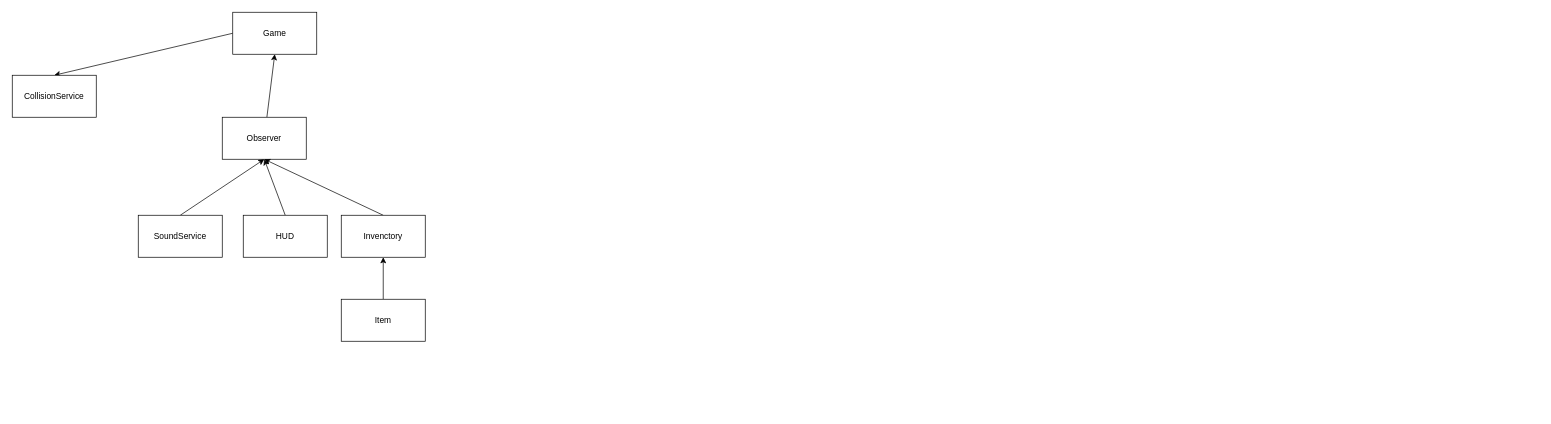
Earlier version of the draw.io diagram page "ultimate_version" (3 of 3) of structure_before.drawio (riqueu/newsun). Source tidied: cells renumbered, new cells numbered last; positions are measured from the earlier drawing's top-left corner, leaving out a move shared by most shapes. Both pictures are drawn from the tidied source at 70%, with x=0, y=0 at pixel (12, 12).
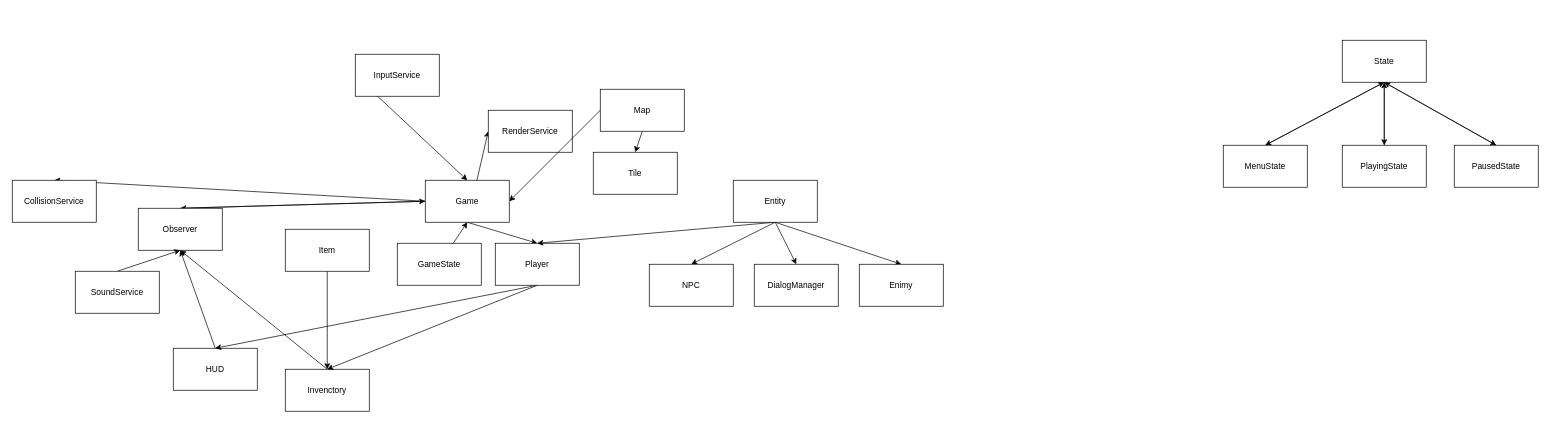
After the change.

The edit, as a diff of the source:
```diff
@@
+    <mxCell id="15" style="edgeStyle=none;html=1;exitX=0.5;exitY=1;exitDx=0;exitDy=0;entryX=0;entryY=0.5;entryDx=0;entryDy=0;" parent="1" edge="1" source="3" target="22">
+      <mxGeometry relative="1" as="geometry" />
+    </mxCell>
+    <mxCell id="16" style="edgeStyle=none;html=1;entryX=0.5;entryY=0;entryDx=0;entryDy=0;exitX=0;exitY=0.5;exitDx=0;exitDy=0;" parent="1" edge="1" source="3" target="6">
+      <mxGeometry relative="1" as="geometry" />
+    </mxCell>
+    <mxCell id="17" style="edgeStyle=none;html=1;entryX=0.5;entryY=0;entryDx=0;entryDy=0;exitX=0.5;exitY=1;exitDx=0;exitDy=0;" parent="1" edge="1" source="3" target="25">
+      <mxGeometry relative="1" as="geometry" />
+    </mxCell>
     <mxCell id="3" value="Game" style="whiteSpace=wrap;html=1;" parent="1" vertex="1">
-      <mxGeometry x="315" width="120" height="60" as="geometry" />
+      <mxGeometry x="590" y="240" width="120" height="60" as="geometry" />
     </mxCell>
     <mxCell id="4" value="CollisionService" style="whiteSpace=wrap;html=1;" parent="1" vertex="1">
-      <mxGeometry y="90" width="120" height="60" as="geometry" />
+      <mxGeometry y="240" width="120" height="60" as="geometry" />
     </mxCell>
-    <mxCell id="5" style="edgeStyle=none;html=1;entryX=0.5;entryY=1;entryDx=0;entryDy=0;" parent="1" edge="1" source="6" target="3">
+    <mxCell id="5" style="edgeStyle=none;html=1;exitX=0.5;exitY=0;exitDx=0;exitDy=0;entryX=0;entryY=0.5;entryDx=0;entryDy=0;" parent="1" edge="1" source="6" target="3">
       <mxGeometry relative="1" as="geometry" />
     </mxCell>
     <mxCell id="6" value="Observer" style="whiteSpace=wrap;html=1;" parent="1" vertex="1">
-      <mxGeometry x="300" y="150" width="120" height="60" as="geometry" />
+      <mxGeometry x="180" y="280" width="120" height="60" as="geometry" />
     </mxCell>
@@
     <mxCell id="8" value="SoundService" style="whiteSpace=wrap;html=1;" parent="1" vertex="1">
-      <mxGeometry x="180" y="290" width="120" height="60" as="geometry" />
+      <mxGeometry x="90" y="370" width="120" height="60" as="geometry" />
     </mxCell>
@@
     <mxCell id="10" value="HUD" style="whiteSpace=wrap;html=1;" parent="1" vertex="1">
-      <mxGeometry x="330" y="290" width="120" height="60" as="geometry" />
+      <mxGeometry x="230" y="480" width="120" height="60" as="geometry" />
     </mxCell>
-    <mxCell id="11" style="edgeStyle=none;html=1;exitX=0.5;exitY=0;exitDx=0;exitDy=0;" parent="1" edge="1" source="12">
-      <mxGeometry relative="1" as="geometry">
-        <mxPoint x="360" y="210" as="targetPoint" />
-      </mxGeometry>
+    <mxCell id="11" style="edgeStyle=none;html=1;exitX=0.5;exitY=0;exitDx=0;exitDy=0;entryX=0.5;entryY=1;entryDx=0;entryDy=0;" parent="1" edge="1" source="12" target="6">
+      <mxGeometry relative="1" as="geometry" />
     </mxCell>
     <mxCell id="12" value="Invenctory" style="whiteSpace=wrap;html=1;" parent="1" vertex="1">
-      <mxGeometry x="470" y="290" width="120" height="60" as="geometry" />
+      <mxGeometry x="390" y="510" width="120" height="60" as="geometry" />
     </mxCell>
-    <mxCell id="13" style="edgeStyle=none;html=1;entryX=0.5;entryY=1;entryDx=0;entryDy=0;exitX=0.5;exitY=0;exitDx=0;exitDy=0;" parent="1" edge="1" source="14" target="12">
+    <mxCell id="13" style="edgeStyle=none;html=1;entryX=0.5;entryY=0;entryDx=0;entryDy=0;exitX=0.5;exitY=1;exitDx=0;exitDy=0;" parent="1" edge="1" source="14" target="12">
       <mxGeometry relative="1" as="geometry" />
     </mxCell>
     <mxCell id="14" value="Item" style="whiteSpace=wrap;html=1;" parent="1" vertex="1">
-      <mxGeometry x="470" y="410" width="120" height="60" as="geometry" />
+      <mxGeometry x="390" y="310" width="120" height="60" as="geometry" />
     </mxCell>
+    <mxCell id="18" style="edgeStyle=none;html=1;entryX=0.5;entryY=1;entryDx=0;entryDy=0;" parent="1" edge="1" source="19" target="3">
+      <mxGeometry relative="1" as="geometry" />
+    </mxCell>
+    <mxCell id="19" value="GameState" style="whiteSpace=wrap;html=1;" parent="1" vertex="1">
+      <mxGeometry x="550" y="330" width="120" height="60" as="geometry" />
+    </mxCell>
+    <mxCell id="20" style="edgeStyle=none;html=1;entryX=0.5;entryY=0;entryDx=0;entryDy=0;exitX=0;exitY=0.5;exitDx=0;exitDy=0;" parent="1" edge="1" source="21" target="3">
+      <mxGeometry relative="1" as="geometry" />
+    </mxCell>
+    <mxCell id="21" value="InputService" style="whiteSpace=wrap;html=1;" parent="1" vertex="1">
+      <mxGeometry x="490" y="60" width="120" height="60" as="geometry" />
+    </mxCell>
+    <mxCell id="22" value="RenderService" style="whiteSpace=wrap;html=1;" parent="1" vertex="1">
+      <mxGeometry x="680" y="140" width="120" height="60" as="geometry" />
+    </mxCell>
+    <mxCell id="23" style="edgeStyle=none;html=1;entryX=0.5;entryY=0;entryDx=0;entryDy=0;exitX=0.5;exitY=1;exitDx=0;exitDy=0;" parent="1" edge="1" source="25" target="12">
+      <mxGeometry relative="1" as="geometry" />
+    </mxCell>
+    <mxCell id="24" style="edgeStyle=none;html=1;entryX=0.5;entryY=0;entryDx=0;entryDy=0;exitX=0.5;exitY=1;exitDx=0;exitDy=0;" parent="1" edge="1" source="25" target="10">
+      <mxGeometry relative="1" as="geometry" />
+    </mxCell>
+    <mxCell id="25" value="Player" style="whiteSpace=wrap;html=1;" parent="1" vertex="1">
+      <mxGeometry x="690" y="330" width="120" height="60" as="geometry" />
+    </mxCell>
+    <mxCell id="26" style="edgeStyle=none;html=1;entryX=1;entryY=0.5;entryDx=0;entryDy=0;exitX=0;exitY=0.5;exitDx=0;exitDy=0;" parent="1" edge="1" source="28" target="3">
+      <mxGeometry relative="1" as="geometry" />
+    </mxCell>
+    <mxCell id="27" style="edgeStyle=none;html=1;entryX=0.5;entryY=0;entryDx=0;entryDy=0;" parent="1" edge="1" target="29">
+      <mxGeometry relative="1" as="geometry">
+        <mxPoint x="900" y="170" as="sourcePoint" />
+      </mxGeometry>
+    </mxCell>
+    <mxCell id="28" value="Map" style="whiteSpace=wrap;html=1;" parent="1" vertex="1">
+      <mxGeometry x="840" y="110" width="120" height="60" as="geometry" />
+    </mxCell>
+    <mxCell id="29" value="Tile" style="whiteSpace=wrap;html=1;" parent="1" vertex="1">
+      <mxGeometry x="830" y="200" width="120" height="60" as="geometry" />
+    </mxCell>
+    <mxCell id="30" style="edgeStyle=none;html=1;entryX=0.5;entryY=0;entryDx=0;entryDy=0;exitX=0.5;exitY=1;exitDx=0;exitDy=0;" parent="1" edge="1" source="34" target="25">
+      <mxGeometry relative="1" as="geometry" />
+    </mxCell>
+    <mxCell id="31" style="edgeStyle=none;html=1;entryX=0.5;entryY=0;entryDx=0;entryDy=0;exitX=0.5;exitY=1;exitDx=0;exitDy=0;" parent="1" edge="1" source="34" target="35">
+      <mxGeometry relative="1" as="geometry" />
+    </mxCell>
+    <mxCell id="32" style="edgeStyle=none;html=1;entryX=0.5;entryY=0;entryDx=0;entryDy=0;exitX=0.5;exitY=1;exitDx=0;exitDy=0;" parent="1" edge="1" source="34" target="36">
+      <mxGeometry relative="1" as="geometry" />
+    </mxCell>
+    <mxCell id="33" style="edgeStyle=none;html=1;entryX=0.5;entryY=0;entryDx=0;entryDy=0;exitX=0.5;exitY=1;exitDx=0;exitDy=0;" parent="1" edge="1" source="34" target="37">
+      <mxGeometry relative="1" as="geometry" />
+    </mxCell>
+    <mxCell id="34" value="Entity" style="whiteSpace=wrap;html=1;" parent="1" vertex="1">
+      <mxGeometry x="1030" y="240" width="120" height="60" as="geometry" />
+    </mxCell>
+    <mxCell id="35" value="NPC" style="whiteSpace=wrap;html=1;" parent="1" vertex="1">
+      <mxGeometry x="910" y="360" width="120" height="60" as="geometry" />
+    </mxCell>
+    <mxCell id="36" value="DialogManager" style="whiteSpace=wrap;html=1;" parent="1" vertex="1">
+      <mxGeometry x="1060" y="360" width="120" height="60" as="geometry" />
+    </mxCell>
+    <mxCell id="37" value="Enimy" style="whiteSpace=wrap;html=1;" parent="1" vertex="1">
+      <mxGeometry x="1210" y="360" width="120" height="60" as="geometry" />
+    </mxCell>
+    <mxCell id="38" style="edgeStyle=none;html=1;entryX=0.5;entryY=0;entryDx=0;entryDy=0;" parent="1" edge="1" target="43">
+      <mxGeometry relative="1" as="geometry">
+        <mxPoint x="1960" y="100" as="sourcePoint" />
+      </mxGeometry>
+    </mxCell>
+    <mxCell id="39" style="edgeStyle=none;html=1;entryX=0.5;entryY=0;entryDx=0;entryDy=0;exitX=0.5;exitY=1;exitDx=0;exitDy=0;" parent="1" edge="1" source="41" target="45">
+      <mxGeometry relative="1" as="geometry" />
+    </mxCell>
+    <mxCell id="40" style="edgeStyle=none;html=1;entryX=0.5;entryY=0;entryDx=0;entryDy=0;exitX=0.5;exitY=1;exitDx=0;exitDy=0;" parent="1" edge="1" source="41" target="47">
+      <mxGeometry relative="1" as="geometry" />
+    </mxCell>
+    <mxCell id="41" value="State" style="whiteSpace=wrap;html=1;" parent="1" vertex="1">
+      <mxGeometry x="1900" y="40" width="120" height="60" as="geometry" />
+    </mxCell>
+    <mxCell id="42" style="edgeStyle=none;html=1;entryX=0.5;entryY=1;entryDx=0;entryDy=0;exitX=0.5;exitY=0;exitDx=0;exitDy=0;" parent="1" edge="1" source="43" target="41">
+      <mxGeometry relative="1" as="geometry" />
+    </mxCell>
+    <mxCell id="43" value="MenuState" style="whiteSpace=wrap;html=1;" parent="1" vertex="1">
+      <mxGeometry x="1730" y="190" width="120" height="60" as="geometry" />
+    </mxCell>
+    <mxCell id="44" style="edgeStyle=none;html=1;entryX=0.5;entryY=1;entryDx=0;entryDy=0;exitX=0.5;exitY=0;exitDx=0;exitDy=0;" parent="1" edge="1" source="45" target="41">
+      <mxGeometry relative="1" as="geometry" />
+    </mxCell>
+    <mxCell id="45" value="PlayingState" style="whiteSpace=wrap;html=1;" parent="1" vertex="1">
+      <mxGeometry x="1900" y="190" width="120" height="60" as="geometry" />
+    </mxCell>
+    <mxCell id="46" style="edgeStyle=none;html=1;entryX=0.5;entryY=1;entryDx=0;entryDy=0;exitX=0.5;exitY=0;exitDx=0;exitDy=0;" parent="1" edge="1" source="47" target="41">
+      <mxGeometry relative="1" as="geometry" />
+    </mxCell>
+    <mxCell id="47" value="PausedState" style="whiteSpace=wrap;html=1;" parent="1" vertex="1">
+      <mxGeometry x="2060" y="190" width="120" height="60" as="geometry" />
+    </mxCell>
```
